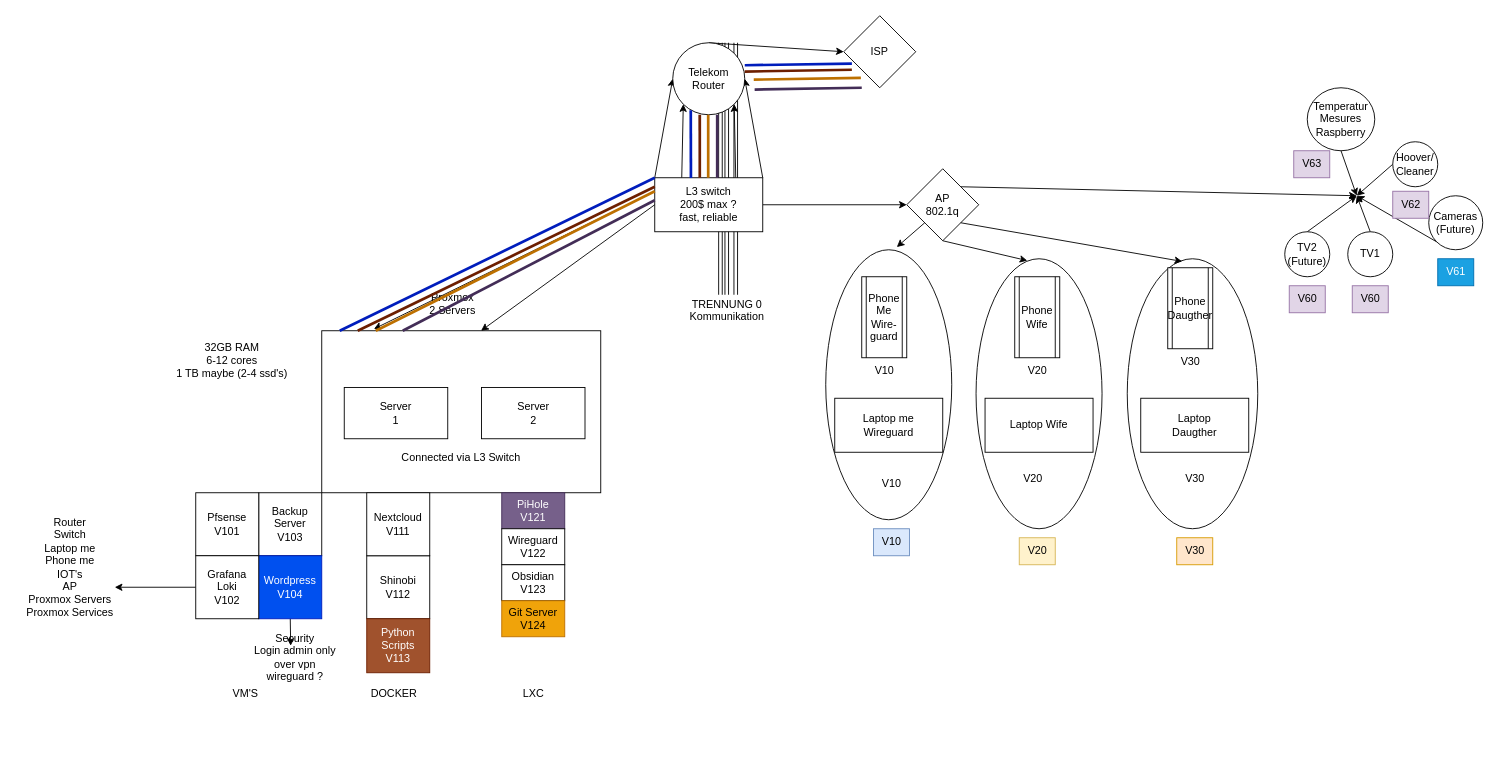
This is Unbenanntes Diagramm.drawio from Martin9494/flaskgitgithubblog, a draw.io file, before an edit. Source tidied: cells renumbered, new cells numbered last; positions are measured from the earlier drawing's top-left corner, leaving out a move shared by most shapes. Both pictures are drawn from the tidied source at 90%, with x=0, y=0 at pixel (15, 15).
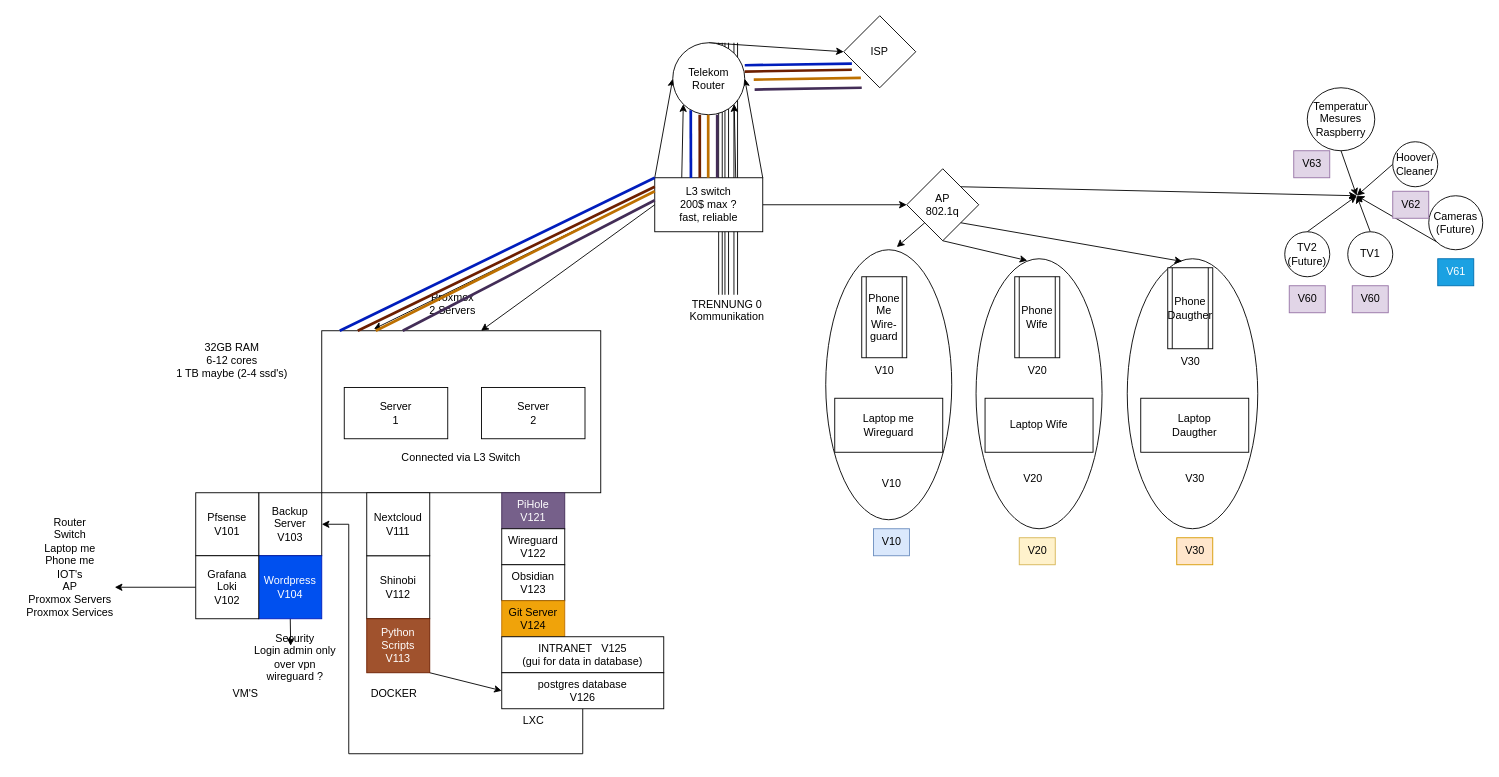
The same page after the edit.

Commit message:
NETWORK DIAGRAM THOUGHTS

The change refers to these unchanged cells:
```xml
<mxCell id="54" value="&lt;div&gt;Backup&lt;/div&gt;&lt;div&gt;Server&lt;br&gt;&lt;/div&gt;&lt;div&gt;V103&lt;br&gt;&lt;/div&gt;" style="whiteSpace=wrap;html=1;" parent="1" vertex="1">
  <mxGeometry x="270" y="530" width="70" height="70" as="geometry" />
</mxCell>
<mxCell id="63" value="&lt;div&gt;Python &lt;br&gt;&lt;/div&gt;&lt;div&gt;Scripts&lt;br&gt;&lt;/div&gt;&lt;div&gt;V113&lt;/div&gt;" style="whiteSpace=wrap;html=1;fillColor=#a0522d;fontColor=#ffffff;strokeColor=#6D1F00;" parent="1" vertex="1">
  <mxGeometry x="390" y="670" width="70" height="60" as="geometry" />
</mxCell>
```

Diff of the diagram source:
```diff
@@
+    <mxCell id="90" style="edgeStyle=none;rounded=0;jettySize=auto;html=1;exitX=1;exitY=1;exitDx=0;exitDy=0;entryX=0;entryY=0.5;entryDx=0;entryDy=0;" parent="1" edge="1" source="63" target="93">
+      <mxGeometry relative="1" as="geometry" />
+    </mxCell>
@@
     <mxCell id="70" value="LXC" style="text;html=1;align=center;verticalAlign=middle;strokeColor=none;fillColor=none;" parent="1" vertex="1">
-      <mxGeometry x="555" y="738" width="40" height="30" as="geometry" />
+      <mxGeometry x="555" y="768" width="40" height="30" as="geometry" />
     </mxCell>
@@
+    <mxCell id="91" value="&lt;div&gt;INTRANET&amp;nbsp;&amp;nbsp; V125&lt;br&gt;&lt;/div&gt;&lt;div&gt;(gui for data in database) &lt;br&gt;&lt;/div&gt;" style="whiteSpace=wrap;html=1;" parent="1" vertex="1">
+      <mxGeometry x="540" y="690" width="180" height="40" as="geometry" />
+    </mxCell>
+    <mxCell id="92" style="edgeStyle=none;rounded=0;jettySize=auto;html=1;entryX=1;entryY=0.5;entryDx=0;entryDy=0;" parent="1" edge="1" source="93" target="54">
+      <mxGeometry relative="1" as="geometry">
+        <Array as="points">
+          <mxPoint x="630" y="820" />
+          <mxPoint x="370" y="820" />
+          <mxPoint x="370" y="565" />
+        </Array>
+      </mxGeometry>
+    </mxCell>
+    <mxCell id="93" value="&lt;div&gt;postgres database&lt;/div&gt;V126" style="whiteSpace=wrap;html=1;" parent="1" vertex="1">
+      <mxGeometry x="540" y="730" width="180" height="40" as="geometry" />
+    </mxCell>
```
